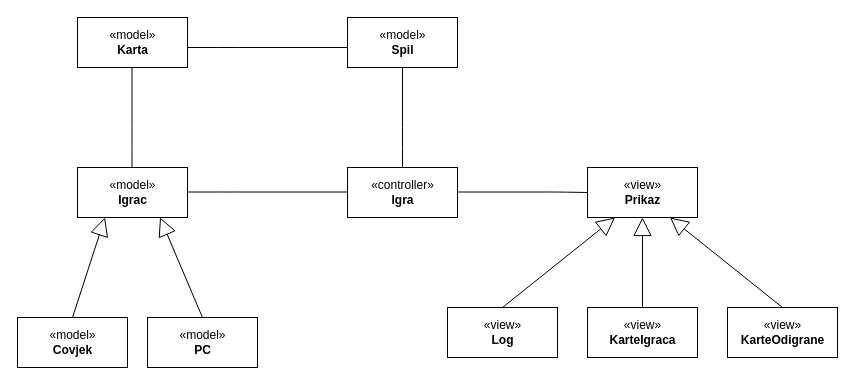
Earlier version of the draw.io diagram page "Dijagram arhitekture Trešete" (9 of 10) of Dijagram.drawio (TheRealJoci/Tressette-Terminal-Card-Game). Source tidied: cells renumbered, new cells numbered last; positions are measured from the earlier drawing's top-left corner, leaving out a move shared by most shapes. Both pictures are drawn from the tidied source at 100%, with x=0, y=0 at pixel (17, 17).
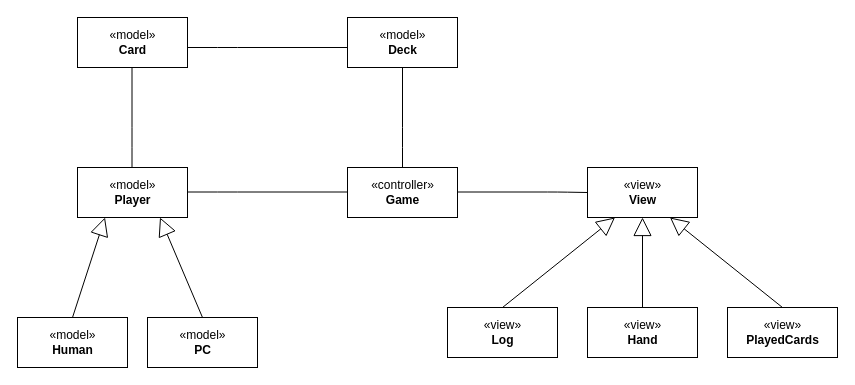
The same diagram, later.

Diff of the diagram source:
```diff
@@
-    <mxCell id="2" value="«model»&lt;br&gt;&lt;b&gt;Karta&lt;br&gt;&lt;/b&gt;" style="html=1;" parent="1" vertex="1">
+    <mxCell id="2" value="«model»&lt;br&gt;&lt;b&gt;Card&lt;br&gt;&lt;/b&gt;" style="html=1;" parent="1" vertex="1">
       <mxGeometry x="60" width="110" height="50" as="geometry" />
     </mxCell>
-    <mxCell id="3" value="«view»&lt;br&gt;&lt;b&gt;Prikaz&lt;/b&gt;" style="html=1;" parent="1" vertex="1">
+    <mxCell id="3" value="«view»&lt;br&gt;&lt;b&gt;View&lt;/b&gt;" style="html=1;" parent="1" vertex="1">
       <mxGeometry x="570" y="150" width="110" height="50" as="geometry" />
     </mxCell>
-    <mxCell id="4" value="«controller»&lt;br&gt;&lt;b&gt;Igra&lt;/b&gt;" style="html=1;" parent="1" vertex="1">
+    <mxCell id="4" value="«controller»&lt;br&gt;&lt;b&gt;Game&lt;/b&gt;" style="html=1;" parent="1" vertex="1">
       <mxGeometry x="330" y="150" width="110" height="50" as="geometry" />
     </mxCell>
-    <mxCell id="5" value="«model»&lt;br&gt;&lt;b&gt;Spil&lt;/b&gt;" style="html=1;" parent="1" vertex="1">
+    <mxCell id="5" value="«model»&lt;br&gt;&lt;b&gt;Deck&lt;/b&gt;" style="html=1;" parent="1" vertex="1">
       <mxGeometry x="330" width="110" height="50" as="geometry" />
     </mxCell>
-    <mxCell id="6" value="«model»&lt;br&gt;&lt;b&gt;Igrac&lt;/b&gt;" style="html=1;" parent="1" vertex="1">
+    <mxCell id="6" value="«model»&lt;br&gt;&lt;b&gt;Player&lt;/b&gt;" style="html=1;" parent="1" vertex="1">
       <mxGeometry x="60" y="150" width="110" height="50" as="geometry" />
     </mxCell>
-    <mxCell id="7" value="«model»&lt;br&gt;&lt;b&gt;Covjek&lt;/b&gt;" style="html=1;" parent="1" vertex="1">
+    <mxCell id="7" value="«model»&lt;br&gt;&lt;b&gt;Human&lt;/b&gt;" style="html=1;" parent="1" vertex="1">
       <mxGeometry y="300" width="110" height="50" as="geometry" />
     </mxCell>
@@
-    <mxCell id="17" value="«view»&lt;br&gt;&lt;b&gt;KarteIgraca&lt;/b&gt;" style="html=1;" parent="1" vertex="1">
+    <mxCell id="17" value="«view»&lt;br&gt;&lt;b&gt;Hand&lt;/b&gt;" style="html=1;" parent="1" vertex="1">
       <mxGeometry x="570" y="290" width="110" height="50" as="geometry" />
     </mxCell>
-    <mxCell id="18" value="«view»&lt;br&gt;&lt;b&gt;KarteOdigrane&lt;/b&gt;" style="html=1;" parent="1" vertex="1">
+    <mxCell id="18" value="«view»&lt;br&gt;&lt;b&gt;PlayedCards&lt;/b&gt;" style="html=1;" parent="1" vertex="1">
       <mxGeometry x="710" y="290" width="110" height="50" as="geometry" />
     </mxCell>
```
